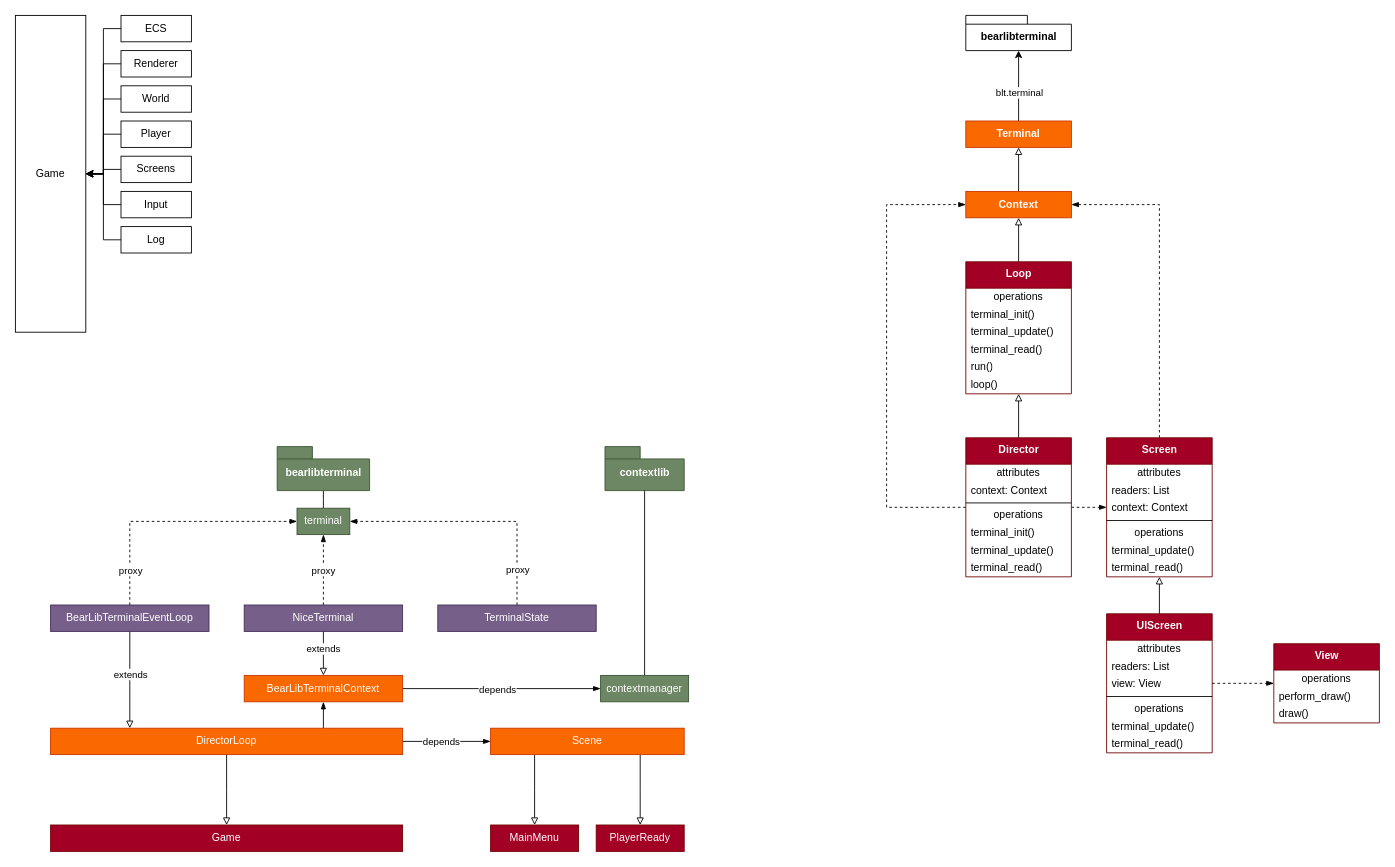
The draw.io diagram docs/nocterminal.drawio in krummja-attic/NocTerminal, before the edit. Source tidied: cells renumbered, new cells numbered last; positions are measured from the earlier drawing's top-left corner, leaving out a move shared by most shapes. Both pictures are drawn from the tidied source at 88%, with x=0, y=0 at pixel (15, 15).
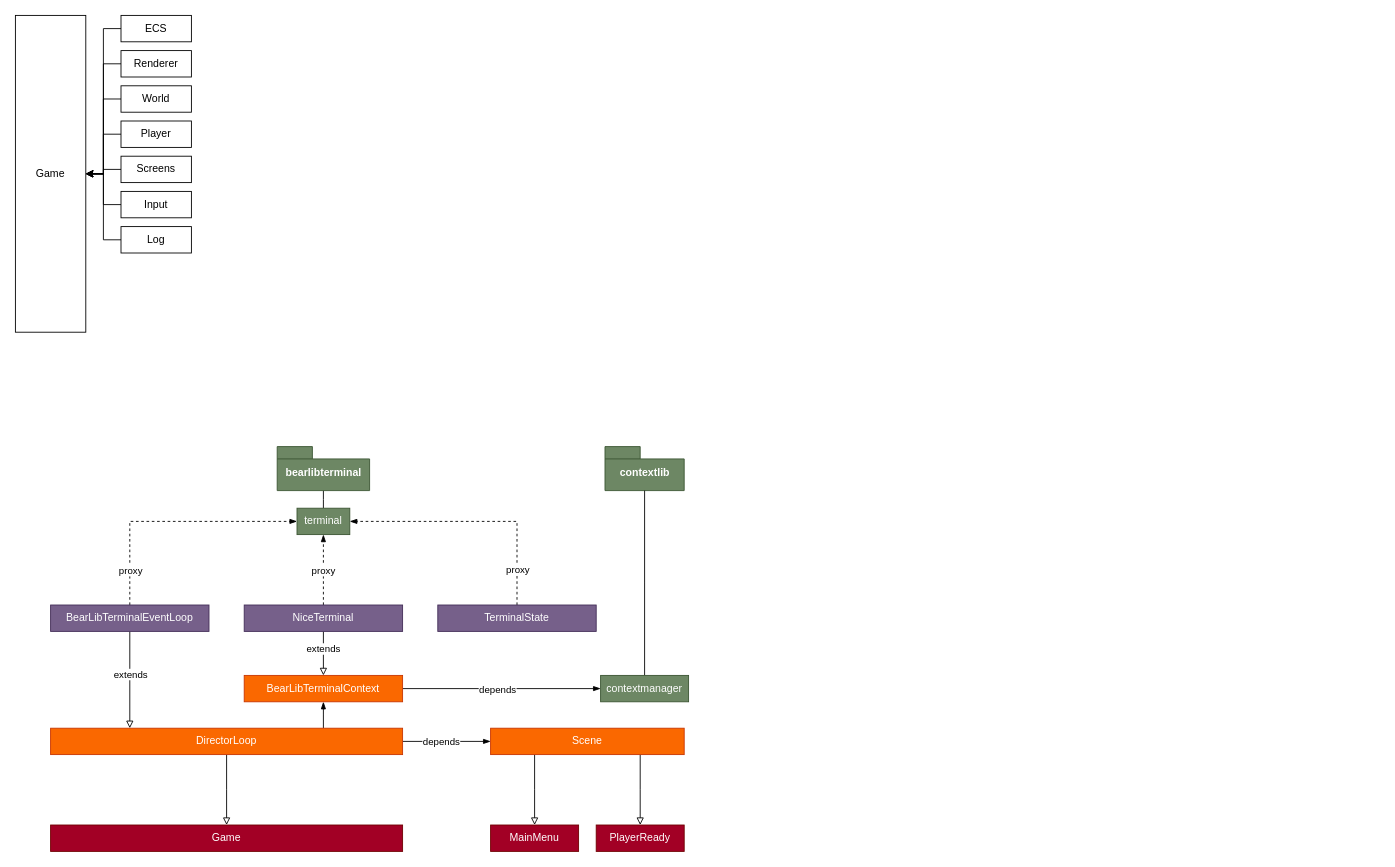
The same diagram, later.

Commit message (it also covers changes not shown here):
Cleaning up workflow and making unopinionated game loop

Change to the diagram source:
```diff
@@
-    <mxCell id="50" style="edgeStyle=orthogonalEdgeStyle;rounded=0;jettySize=auto;html=1;endArrow=block;endFill=0;" parent="1" edge="1" source="53" target="77">
-      <mxGeometry relative="1" as="geometry" />
-    </mxCell>
-    <mxCell id="51" style="edgeStyle=orthogonalEdgeStyle;rounded=0;jettySize=auto;html=1;endArrow=blockThin;endFill=1;dashed=1;" parent="1" edge="1" source="53" target="62">
-      <mxGeometry relative="1" as="geometry" />
-    </mxCell>
-    <mxCell id="52" style="edgeStyle=elbowEdgeStyle;rounded=0;jettySize=auto;html=1;entryX=0;entryY=0.5;entryDx=0;entryDy=0;endArrow=blockThin;endFill=1;dashed=1;" parent="1" edge="1" source="53" target="75">
-      <mxGeometry relative="1" as="geometry">
-        <Array as="points">
-          <mxPoint x="990" y="450" />
-        </Array>
-      </mxGeometry>
-    </mxCell>
-    <mxCell id="53" value="&lt;b&gt;Director&lt;/b&gt;&lt;br&gt;" style="swimlane;fontStyle=0;align=center;verticalAlign=top;horizontal=1;startSize=30;html=1;fillColor=#a20025;strokeColor=#6F0000;fontColor=#ffffff;" parent="1" vertex="1">
-      <mxGeometry x="1080" y="480" width="120" height="158" as="geometry" />
-    </mxCell>
-    <mxCell id="54" value="attributes" style="text;html=1;strokeColor=none;fillColor=none;align=center;verticalAlign=middle;spacingLeft=4;spacingRight=4;overflow=hidden;" parent="53" vertex="1">
-      <mxGeometry y="30" width="120" height="20" as="geometry" />
-    </mxCell>
-    <mxCell id="55" value="context: Context" style="text;html=1;strokeColor=none;fillColor=none;align=left;verticalAlign=middle;spacingLeft=4;spacingRight=4;overflow=hidden;" parent="53" vertex="1">
-      <mxGeometry y="50" width="120" height="20" as="geometry" />
-    </mxCell>
-    <mxCell id="56" style="line;strokeWidth=1;fillColor=none;align=left;verticalAlign=middle;spacingTop=-1;spacingLeft=3;spacingRight=3;labelPosition=right;" parent="53" vertex="1">
-      <mxGeometry y="70" width="120" height="8" as="geometry" />
-    </mxCell>
-    <mxCell id="57" value="operations" style="text;html=1;strokeColor=none;fillColor=none;align=center;verticalAlign=middle;spacingLeft=4;spacingRight=4;overflow=hidden;" parent="53" vertex="1">
-      <mxGeometry y="78" width="120" height="20" as="geometry" />
-    </mxCell>
-    <mxCell id="58" value="terminal_init()" style="text;html=1;strokeColor=none;fillColor=none;align=left;verticalAlign=middle;spacingLeft=4;spacingRight=4;overflow=hidden;" parent="53" vertex="1">
-      <mxGeometry y="98" width="120" height="20" as="geometry" />
-    </mxCell>
-    <mxCell id="59" value="terminal_update()" style="text;html=1;strokeColor=none;fillColor=none;align=left;verticalAlign=middle;spacingLeft=4;spacingRight=4;overflow=hidden;" parent="53" vertex="1">
-      <mxGeometry y="118" width="120" height="20" as="geometry" />
-    </mxCell>
-    <mxCell id="60" value="terminal_read()" style="text;html=1;strokeColor=none;fillColor=none;align=left;verticalAlign=middle;spacingLeft=4;spacingRight=4;overflow=hidden;" parent="53" vertex="1">
-      <mxGeometry y="138" width="120" height="20" as="geometry" />
-    </mxCell>
-    <mxCell id="61" style="edgeStyle=elbowEdgeStyle;rounded=0;jettySize=auto;html=1;endArrow=blockThin;endFill=1;exitX=0.5;exitY=0;exitDx=0;exitDy=0;dashed=1;" parent="1" edge="1" source="62" target="75">
-      <mxGeometry relative="1" as="geometry">
-        <Array as="points">
-          <mxPoint x="1300" y="350" />
-        </Array>
-      </mxGeometry>
-    </mxCell>
-    <mxCell id="62" value="&lt;b&gt;Screen&lt;/b&gt;" style="swimlane;fontStyle=0;align=center;verticalAlign=top;horizontal=1;startSize=30;html=1;fillColor=#a20025;strokeColor=#6F0000;fontColor=#ffffff;" parent="1" vertex="1">
-      <mxGeometry x="1240" y="480" width="120" height="158" as="geometry" />
-    </mxCell>
-    <mxCell id="63" value="attributes" style="text;html=1;strokeColor=none;fillColor=none;align=center;verticalAlign=middle;spacingLeft=4;spacingRight=4;overflow=hidden;" parent="62" vertex="1">
-      <mxGeometry y="30" width="120" height="20" as="geometry" />
-    </mxCell>
-    <mxCell id="64" value="readers: List" style="text;html=1;strokeColor=none;fillColor=none;align=left;verticalAlign=middle;spacingLeft=4;spacingRight=4;overflow=hidden;" parent="62" vertex="1">
-      <mxGeometry y="50" width="120" height="20" as="geometry" />
-    </mxCell>
-    <mxCell id="65" value="context: Context" style="text;html=1;strokeColor=none;fillColor=none;align=left;verticalAlign=middle;spacingLeft=4;spacingRight=4;overflow=hidden;" parent="62" vertex="1">
-      <mxGeometry y="70" width="120" height="20" as="geometry" />
-    </mxCell>
-    <mxCell id="66" style="line;strokeWidth=1;fillColor=none;align=left;verticalAlign=middle;spacingTop=-1;spacingLeft=3;spacingRight=3;labelPosition=right;" parent="62" vertex="1">
-      <mxGeometry y="90" width="120" height="8" as="geometry" />
-    </mxCell>
-    <mxCell id="67" value="operations" style="text;html=1;strokeColor=none;fillColor=none;align=center;verticalAlign=middle;spacingLeft=4;spacingRight=4;overflow=hidden;" parent="62" vertex="1">
-      <mxGeometry y="98" width="120" height="20" as="geometry" />
-    </mxCell>
-    <mxCell id="68" value="terminal_update()" style="text;html=1;strokeColor=none;fillColor=none;align=left;verticalAlign=middle;spacingLeft=4;spacingRight=4;overflow=hidden;" parent="62" vertex="1">
-      <mxGeometry y="118" width="120" height="20" as="geometry" />
-    </mxCell>
-    <mxCell id="69" value="terminal_read()" style="text;html=1;strokeColor=none;fillColor=none;align=left;verticalAlign=middle;spacingLeft=4;spacingRight=4;overflow=hidden;" parent="62" vertex="1">
-      <mxGeometry y="138" width="120" height="20" as="geometry" />
-    </mxCell>
-    <mxCell id="70" value="bearlibterminal" style="shape=folder;fontStyle=1;spacingTop=10;tabWidth=70;tabHeight=10;tabPosition=left;html=1;" parent="1" vertex="1">
-      <mxGeometry x="1080" width="120" height="40" as="geometry" />
-    </mxCell>
-    <mxCell id="71" style="edgeStyle=orthogonalEdgeStyle;rounded=0;jettySize=auto;html=1;" parent="1" edge="1" source="73" target="70">
-      <mxGeometry relative="1" as="geometry" />
-    </mxCell>
-    <mxCell id="72" value="blt.terminal" style="edgeLabel;html=1;align=center;verticalAlign=middle;" parent="71" vertex="1">
-      <mxGeometry x="-0.17" relative="1" as="geometry" />
-    </mxCell>
-    <mxCell id="73" value="&lt;b&gt;Terminal&lt;/b&gt;" style="rounded=0;whiteSpace=wrap;html=1;fillColor=#fa6800;strokeColor=#C73500;fontColor=#ffffff;" parent="1" vertex="1">
-      <mxGeometry x="1080" y="120" width="120" height="30" as="geometry" />
-    </mxCell>
-    <mxCell id="74" style="edgeStyle=orthogonalEdgeStyle;rounded=0;jettySize=auto;html=1;endArrow=block;endFill=0;" parent="1" edge="1" source="75" target="73">
-      <mxGeometry relative="1" as="geometry" />
-    </mxCell>
-    <mxCell id="75" value="&lt;b&gt;Context&lt;/b&gt;" style="rounded=0;whiteSpace=wrap;html=1;fillColor=#fa6800;strokeColor=#C73500;fontColor=#ffffff;" parent="1" vertex="1">
-      <mxGeometry x="1080" y="200" width="120" height="30" as="geometry" />
-    </mxCell>
-    <mxCell id="76" style="edgeStyle=orthogonalEdgeStyle;rounded=0;jettySize=auto;html=1;endArrow=block;endFill=0;" parent="1" edge="1" source="77" target="75">
-      <mxGeometry relative="1" as="geometry" />
-    </mxCell>
-    <mxCell id="77" value="&lt;b&gt;Loop&lt;/b&gt;" style="swimlane;fontStyle=0;align=center;verticalAlign=top;horizontal=1;startSize=30;html=1;fillColor=#a20025;strokeColor=#6F0000;fontColor=#ffffff;" parent="1" vertex="1">
-      <mxGeometry x="1080" y="280" width="120" height="150" as="geometry" />
-    </mxCell>
-    <mxCell id="78" value="operations" style="text;html=1;strokeColor=none;fillColor=none;align=center;verticalAlign=middle;spacingLeft=4;spacingRight=4;overflow=hidden;" parent="77" vertex="1">
-      <mxGeometry y="30" width="120" height="20" as="geometry" />
-    </mxCell>
-    <mxCell id="79" value="terminal_init()" style="text;html=1;strokeColor=none;fillColor=none;align=left;verticalAlign=middle;spacingLeft=4;spacingRight=4;overflow=hidden;" parent="77" vertex="1">
-      <mxGeometry y="50" width="120" height="20" as="geometry" />
-    </mxCell>
-    <mxCell id="80" value="terminal_update()" style="text;html=1;strokeColor=none;fillColor=none;align=left;verticalAlign=middle;spacingLeft=4;spacingRight=4;overflow=hidden;" parent="77" vertex="1">
-      <mxGeometry y="70" width="120" height="20" as="geometry" />
-    </mxCell>
-    <mxCell id="81" value="terminal_read()" style="text;html=1;strokeColor=none;fillColor=none;align=left;verticalAlign=middle;spacingLeft=4;spacingRight=4;overflow=hidden;" parent="77" vertex="1">
-      <mxGeometry y="90" width="120" height="20" as="geometry" />
-    </mxCell>
-    <mxCell id="82" value="run()" style="text;html=1;strokeColor=none;fillColor=none;align=left;verticalAlign=middle;spacingLeft=4;spacingRight=4;overflow=hidden;" parent="77" vertex="1">
-      <mxGeometry y="110" width="120" height="20" as="geometry" />
-    </mxCell>
-    <mxCell id="83" value="loop()" style="text;html=1;strokeColor=none;fillColor=none;align=left;verticalAlign=middle;spacingLeft=4;spacingRight=4;overflow=hidden;" parent="77" vertex="1">
-      <mxGeometry y="130" width="120" height="20" as="geometry" />
-    </mxCell>
-    <mxCell id="84" style="edgeStyle=orthogonalEdgeStyle;rounded=0;jettySize=auto;html=1;endArrow=block;endFill=0;" parent="1" edge="1" source="86" target="62">
-      <mxGeometry relative="1" as="geometry" />
-    </mxCell>
-    <mxCell id="85" style="edgeStyle=orthogonalEdgeStyle;rounded=0;jettySize=auto;html=1;endArrow=blockThin;endFill=1;dashed=1;" parent="1" edge="1" source="86" target="94">
-      <mxGeometry relative="1" as="geometry" />
-    </mxCell>
-    <mxCell id="86" value="&lt;b&gt;UIScreen&lt;/b&gt;" style="swimlane;fontStyle=0;align=center;verticalAlign=top;horizontal=1;startSize=30;html=1;fillColor=#a20025;strokeColor=#6F0000;fontColor=#ffffff;" parent="1" vertex="1">
-      <mxGeometry x="1240" y="680" width="120" height="158" as="geometry" />
-    </mxCell>
-    <mxCell id="87" value="attributes" style="text;html=1;strokeColor=none;fillColor=none;align=center;verticalAlign=middle;spacingLeft=4;spacingRight=4;overflow=hidden;" parent="86" vertex="1">
-      <mxGeometry y="30" width="120" height="20" as="geometry" />
-    </mxCell>
-    <mxCell id="88" value="readers: List" style="text;html=1;strokeColor=none;fillColor=none;align=left;verticalAlign=middle;spacingLeft=4;spacingRight=4;overflow=hidden;" parent="86" vertex="1">
-      <mxGeometry y="50" width="120" height="20" as="geometry" />
-    </mxCell>
-    <mxCell id="89" value="view: View" style="text;html=1;strokeColor=none;fillColor=none;align=left;verticalAlign=middle;spacingLeft=4;spacingRight=4;overflow=hidden;" parent="86" vertex="1">
-      <mxGeometry y="70" width="120" height="20" as="geometry" />
-    </mxCell>
-    <mxCell id="90" style="line;strokeWidth=1;fillColor=none;align=left;verticalAlign=middle;spacingTop=-1;spacingLeft=3;spacingRight=3;labelPosition=right;" parent="86" vertex="1">
-      <mxGeometry y="90" width="120" height="8" as="geometry" />
-    </mxCell>
-    <mxCell id="91" value="operations" style="text;html=1;strokeColor=none;fillColor=none;align=center;verticalAlign=middle;spacingLeft=4;spacingRight=4;overflow=hidden;" parent="86" vertex="1">
-      <mxGeometry y="98" width="120" height="20" as="geometry" />
-    </mxCell>
-    <mxCell id="92" value="terminal_update()" style="text;html=1;strokeColor=none;fillColor=none;align=left;verticalAlign=middle;spacingLeft=4;spacingRight=4;overflow=hidden;" parent="86" vertex="1">
-      <mxGeometry y="118" width="120" height="20" as="geometry" />
-    </mxCell>
-    <mxCell id="93" value="terminal_read()" style="text;html=1;strokeColor=none;fillColor=none;align=left;verticalAlign=middle;spacingLeft=4;spacingRight=4;overflow=hidden;" parent="86" vertex="1">
-      <mxGeometry y="138" width="120" height="20" as="geometry" />
-    </mxCell>
-    <mxCell id="94" value="&lt;b&gt;View&lt;/b&gt;" style="swimlane;fontStyle=0;align=center;verticalAlign=top;horizontal=1;startSize=30;html=1;fillColor=#a20025;strokeColor=#6F0000;fontColor=#ffffff;" parent="1" vertex="1">
-      <mxGeometry x="1430" y="714" width="120" height="90" as="geometry" />
-    </mxCell>
-    <mxCell id="95" value="operations" style="text;html=1;strokeColor=none;fillColor=none;align=center;verticalAlign=middle;spacingLeft=4;spacingRight=4;overflow=hidden;" parent="94" vertex="1">
-      <mxGeometry y="30" width="120" height="20" as="geometry" />
-    </mxCell>
-    <mxCell id="96" value="perform_draw()" style="text;html=1;strokeColor=none;fillColor=none;align=left;verticalAlign=middle;spacingLeft=4;spacingRight=4;overflow=hidden;" parent="94" vertex="1">
-      <mxGeometry y="50" width="120" height="20" as="geometry" />
-    </mxCell>
-    <mxCell id="97" value="draw()" style="text;html=1;strokeColor=none;fillColor=none;align=left;verticalAlign=middle;spacingLeft=4;spacingRight=4;overflow=hidden;" parent="94" vertex="1">
-      <mxGeometry y="70" width="120" height="20" as="geometry" />
-    </mxCell>
```
